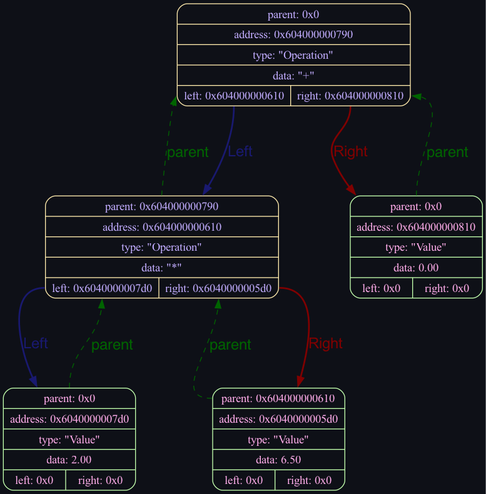
Above: files/9mice.png in pwnzrchk/derivative_project (Graphviz), before the change. Its source is kept beside it as files/9mice.dot. The source it was exported from:
```dot
digraph DifDump {
	graph [bgcolor = "#0e1017", rankdir=TB, ranksep=1.2, nodesep=0.8];
	node [shape=record, style="rounded,filled", fillcolor="#FAEBD7"];
	edge [fontsize=18];

	Node0x604000000790 [shape = Mrecord, style = "rounded", color = "#FFEBAD", fontcolor = "#C2ADFF", label= "{ {<p_parent> parent: 0x0} | {address: 0x604000000790} | {type: \"Operation\"} | { data: \"+\" } | {<p_left> left: 0x604000000610 | <p_right> right: 0x604000000810} } "];
	Node0x604000000610 [shape = Mrecord, style = "rounded", color = "#FFEBAD", fontcolor = "#C2ADFF", label= "{ {<p_parent> parent: 0x604000000790} | {address: 0x604000000610} | {type: \"Operation\"} | { data: \"*\" } | {<p_left> left: 0x6040000007d0 | <p_right> right: 0x6040000005d0} } "];
	Node0x6040000007d0 [shape = Mrecord, style = "rounded", color = "#C2FFAD", fontcolor = "#FFADEB", label= "{ {<p_parent> parent: 0x0} | {address: 0x6040000007d0} | {type: \"Value\"} | { data: 2.00 } | {<p_left> left: 0x0 | <p_right> right: 0x0} } "];
	Node0x6040000005d0 [shape = Mrecord, style = "rounded", color = "#C2FFAD", fontcolor = "#FFADEB", label= "{ {<p_parent> parent: 0x604000000610} | {address: 0x6040000005d0} | {type: \"Value\"} | { data: 6.50 } | {<p_left> left: 0x0 | <p_right> right: 0x0} } "];
	Node0x604000000810 [shape = Mrecord, style = "rounded", color = "#C2FFAD", fontcolor = "#FFADEB", label= "{ {<p_parent> parent: 0x0} | {address: 0x604000000810} | {type: \"Value\"} | { data: 0.00 } | {<p_left> left: 0x0 | <p_right> right: 0x0} } "];

		Node0x604000000790:p_left->Node0x604000000610 [label="Left", arrowhead=normal,fontcolor="#191970", fontname="Arial", color="#191970", style=bold, weight = 1];
		Node0x604000000610:p_parent->Node0x604000000790:p_left [label="parent", style=dashed, constrain=false, arrowhead=normal,fontcolor="#006400", fontname="Times New Roman", color="#006400"];

		Node0x604000000610:p_left->Node0x6040000007d0 [label="Left", arrowhead=normal,fontcolor="#191970", fontname="Arial", color="#191970", style=bold, weight = 1];
		Node0x6040000007d0:p_parent->Node0x604000000610:p_left [label="parent", style=dashed, constrain=false, arrowhead=normal,fontcolor="#006400", fontname="Times New Roman", color="#006400"];


		Node0x604000000610:p_right->Node0x6040000005d0 [label="Right", arrowhead=normal,fontcolor="#800000", fontname="Arial", color="#800000", style=bold, weight = 1];
		Node0x6040000005d0:p_parent->Node0x604000000610:p_right [label="parent", arrowhead=normal,fontcolor="#006400", fontname="Times New Roman", color="#006400", style=dashed, constrain = false];



		Node0x604000000790:p_right->Node0x604000000810 [label="Right", arrowhead=normal,fontcolor="#800000", fontname="Arial", color="#800000", style=bold, weight = 1];
		Node0x604000000810:p_parent->Node0x604000000790:p_right [label="parent", arrowhead=normal,fontcolor="#006400", fontname="Times New Roman", color="#006400", style=dashed, constrain = false];


}
```
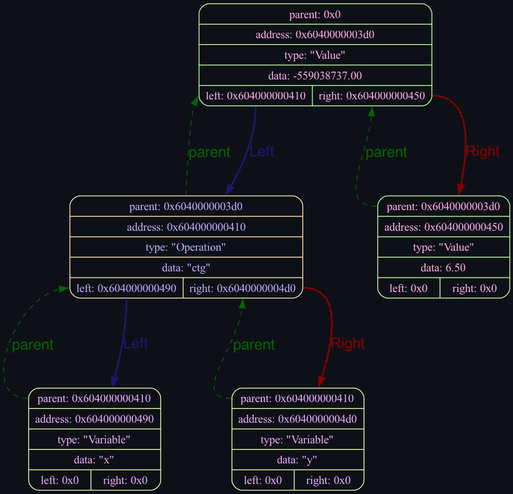
After the change.

What changed in the source:
```diff
@@ -3,26 +3,26 @@
 	node [shape=record, style="rounded,filled", fillcolor="#FAEBD7"];
 	edge [fontsize=18];
 
-	Node0x604000000790 [shape = Mrecord, style = "rounded", color = "#FFEBAD", fontcolor = "#C2ADFF", label= "{ {<p_parent> parent: 0x0} | {address: 0x604000000790} | {type: \"Operation\"} | { data: \"+\" } | {<p_left> left: 0x604000000610 | <p_right> right: 0x604000000810} } "];
-	Node0x604000000610 [shape = Mrecord, style = "rounded", color = "#FFEBAD", fontcolor = "#C2ADFF", label= "{ {<p_parent> parent: 0x604000000790} | {address: 0x604000000610} | {type: \"Operation\"} | { data: \"*\" } | {<p_left> left: 0x6040000007d0 | <p_right> right: 0x6040000005d0} } "];
-	Node0x6040000007d0 [shape = Mrecord, style = "rounded", color = "#C2FFAD", fontcolor = "#FFADEB", label= "{ {<p_parent> parent: 0x0} | {address: 0x6040000007d0} | {type: \"Value\"} | { data: 2.00 } | {<p_left> left: 0x0 | <p_right> right: 0x0} } "];
-	Node0x6040000005d0 [shape = Mrecord, style = "rounded", color = "#C2FFAD", fontcolor = "#FFADEB", label= "{ {<p_parent> parent: 0x604000000610} | {address: 0x6040000005d0} | {type: \"Value\"} | { data: 6.50 } | {<p_left> left: 0x0 | <p_right> right: 0x0} } "];
-	Node0x604000000810 [shape = Mrecord, style = "rounded", color = "#C2FFAD", fontcolor = "#FFADEB", label= "{ {<p_parent> parent: 0x0} | {address: 0x604000000810} | {type: \"Value\"} | { data: 0.00 } | {<p_left> left: 0x0 | <p_right> right: 0x0} } "];
+	Node0x6040000003d0 [shape = Mrecord, style = "rounded", color = "#C2FFAD", fontcolor = "#FFADEB", label= "{ {<p_parent> parent: 0x0} | {address: 0x6040000003d0} | {type: \"Value\"} | { data: -559038737.00 } | {<p_left> left: 0x604000000410 | <p_right> right: 0x604000000450} } "];
+	Node0x604000000410 [shape = Mrecord, style = "rounded", color = "#FFEBAD", fontcolor = "#C2ADFF", label= "{ {<p_parent> parent: 0x6040000003d0} | {address: 0x604000000410} | {type: \"Operation\"} | { data: \"ctg\" } | {<p_left> left: 0x604000000490 | <p_right> right: 0x6040000004d0} } "];
+	Node0x604000000490 [shape = Mrecord, style = "rounded", color = "#EBFFAD", fontcolor = "#EBADFF", label= "{ {<p_parent> parent: 0x604000000410} | {address: 0x604000000490} | {type: \"Variable\"} | { data: \"x\" } | {<p_left> left: 0x0 | <p_right> right: 0x0} } "];
+	Node0x6040000004d0 [shape = Mrecord, style = "rounded", color = "#EBFFAD", fontcolor = "#EBADFF", label= "{ {<p_parent> parent: 0x604000000410} | {address: 0x6040000004d0} | {type: \"Variable\"} | { data: \"y\" } | {<p_left> left: 0x0 | <p_right> right: 0x0} } "];
+	Node0x604000000450 [shape = Mrecord, style = "rounded", color = "#C2FFAD", fontcolor = "#FFADEB", label= "{ {<p_parent> parent: 0x6040000003d0} | {address: 0x604000000450} | {type: \"Value\"} | { data: 6.50 } | {<p_left> left: 0x0 | <p_right> right: 0x0} } "];
 
-		Node0x604000000790:p_left->Node0x604000000610 [label="Left", arrowhead=normal,fontcolor="#191970", fontname="Arial", color="#191970", style=bold, weight = 1];
-		Node0x604000000610:p_parent->Node0x604000000790:p_left [label="parent", style=dashed, constrain=false, arrowhead=normal,fontcolor="#006400", fontname="Times New Roman", color="#006400"];
+		Node0x6040000003d0:p_left->Node0x604000000410 [label="Left", arrowhead=normal,fontcolor="#191970", fontname="Arial", color="#191970", style=bold, weight = 1];
+		Node0x604000000410:p_parent->Node0x6040000003d0:p_left [label="parent", style=dashed, constrain=false, arrowhead=normal,fontcolor="#006400", fontname="Times New Roman", color="#006400"];
 
-		Node0x604000000610:p_left->Node0x6040000007d0 [label="Left", arrowhead=normal,fontcolor="#191970", fontname="Arial", color="#191970", style=bold, weight = 1];
-		Node0x6040000007d0:p_parent->Node0x604000000610:p_left [label="parent", style=dashed, constrain=false, arrowhead=normal,fontcolor="#006400", fontname="Times New Roman", color="#006400"];
+		Node0x604000000410:p_left->Node0x604000000490 [label="Left", arrowhead=normal,fontcolor="#191970", fontname="Arial", color="#191970", style=bold, weight = 1];
+		Node0x604000000490:p_parent->Node0x604000000410:p_left [label="parent", style=dashed, constrain=false, arrowhead=normal,fontcolor="#006400", fontname="Times New Roman", color="#006400"];
 
 
-		Node0x604000000610:p_right->Node0x6040000005d0 [label="Right", arrowhead=normal,fontcolor="#800000", fontname="Arial", color="#800000", style=bold, weight = 1];
-		Node0x6040000005d0:p_parent->Node0x604000000610:p_right [label="parent", arrowhead=normal,fontcolor="#006400", fontname="Times New Roman", color="#006400", style=dashed, constrain = false];
+		Node0x604000000410:p_right->Node0x6040000004d0 [label="Right", arrowhead=normal,fontcolor="#800000", fontname="Arial", color="#800000", style=bold, weight = 1];
+		Node0x6040000004d0:p_parent->Node0x604000000410:p_right [label="parent", arrowhead=normal,fontcolor="#006400", fontname="Times New Roman", color="#006400", style=dashed, constrain = false];
 
 
 
-		Node0x604000000790:p_right->Node0x604000000810 [label="Right", arrowhead=normal,fontcolor="#800000", fontname="Arial", color="#800000", style=bold, weight = 1];
-		Node0x604000000810:p_parent->Node0x604000000790:p_right [label="parent", arrowhead=normal,fontcolor="#006400", fontname="Times New Roman", color="#006400", style=dashed, constrain = false];
+		Node0x6040000003d0:p_right->Node0x604000000450 [label="Right", arrowhead=normal,fontcolor="#800000", fontname="Arial", color="#800000", style=bold, weight = 1];
+		Node0x604000000450:p_parent->Node0x6040000003d0:p_right [label="parent", arrowhead=normal,fontcolor="#006400", fontname="Times New Roman", color="#006400", style=dashed, constrain = false];
 
 
 }
```
